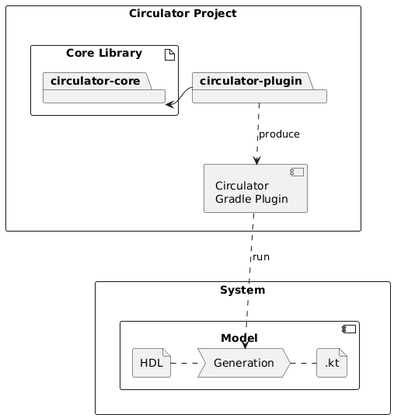
e1turin/bachelor-thesis keeps this PlantUML diagram as thesis/res/img/circulator-arch.png. Above is the earlier version. The source it was exported from:
```plantuml
@startuml

    rectangle "Circulator Project" as C {
        artifact "Core Library" {
            package "circulator-core" {
            }
        }
        package "circulator-plugin" {
        }
        component "Circulator\nGradle Plugin" as GPlugin

        "circulator-core" <- "circulator-plugin"
        "circulator-plugin" ..> GPlugin: produce
    }

    rectangle System as S {

        component Model {
            file "HDL"
            process Generation
            file ".kt"
        }

        "HDL" . Generation
        Generation . ".kt"
    }

    C-[hidden]->S
    GPlugin ..> Generation: run
@enduml
```
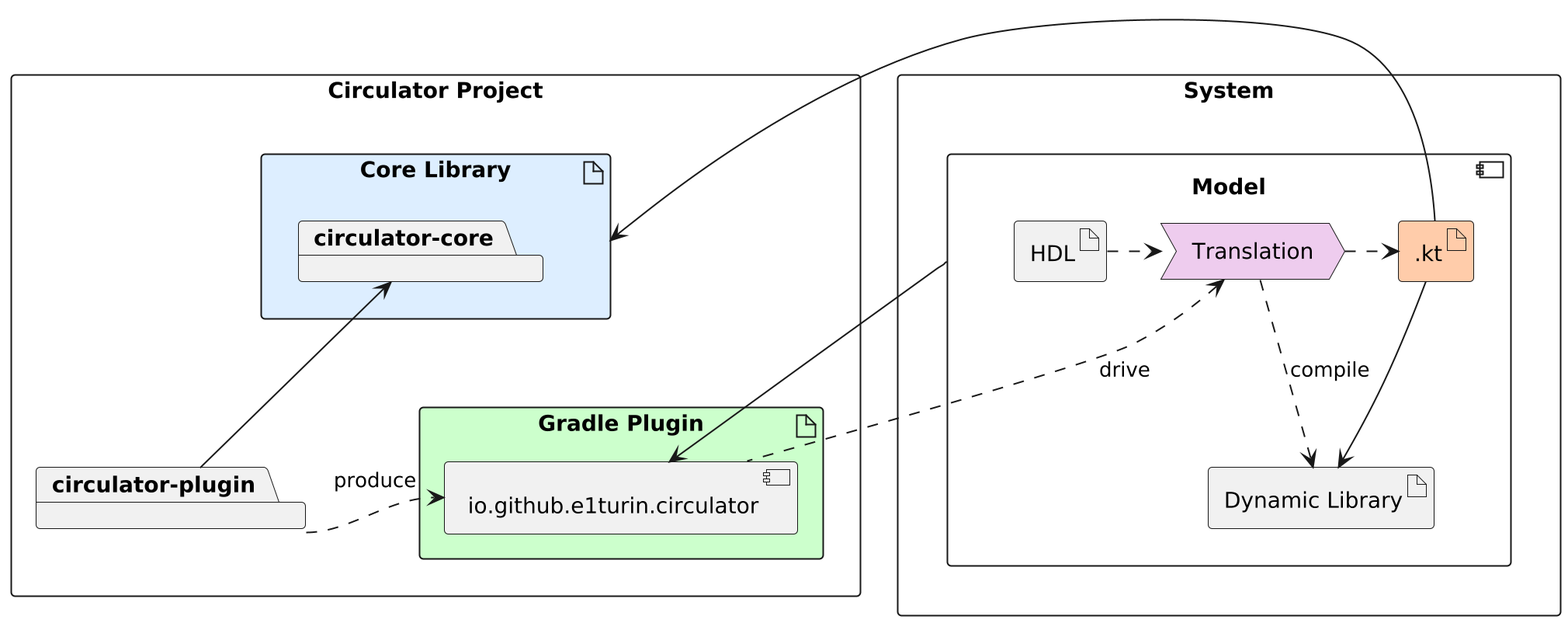
Later version of the same file.

Diff of the diagram source:
```diff
@@ -1,30 +1,36 @@
 @startuml
-
-    rectangle "Circulator Project" as C {
-        artifact "Core Library" {
+scale 2
+    rectangle "Circulator Project" {
+        artifact "Core Library" as C #DEF {
             package "circulator-core" {
             }
         }
         package "circulator-plugin" {
         }
-        component "Circulator\nGradle Plugin" as GPlugin
+        artifact "Gradle Plugin" #CFC {
+            component "io.github.e1turin.circulator" as G {
 
-        "circulator-core" <- "circulator-plugin"
-        "circulator-plugin" ..> GPlugin: produce
+            }
+        }
+        "circulator-core" <-- "circulator-plugin"
+        "circulator-plugin" .> G: produce
     }
 
     rectangle System as S {
-
-        component Model {
-            file "HDL"
-            process Generation
-            file ".kt"
+        component Model as M {
+            artifact "HDL"
+            process Translation as T #ECE
+            artifact ".kt" as K #FCA
+            artifact "Dynamic Library" as DL
         }
 
-        "HDL" . Generation
-        Generation . ".kt"
+        M -> G
+        "HDL" .> T
+        T .> K
+        K --> DL
+        T .> DL: compile
+        C <- K
     }
 
-    C-[hidden]->S
-    GPlugin ..> Generation: run
+    T <.. G: drive
 @enduml
```
